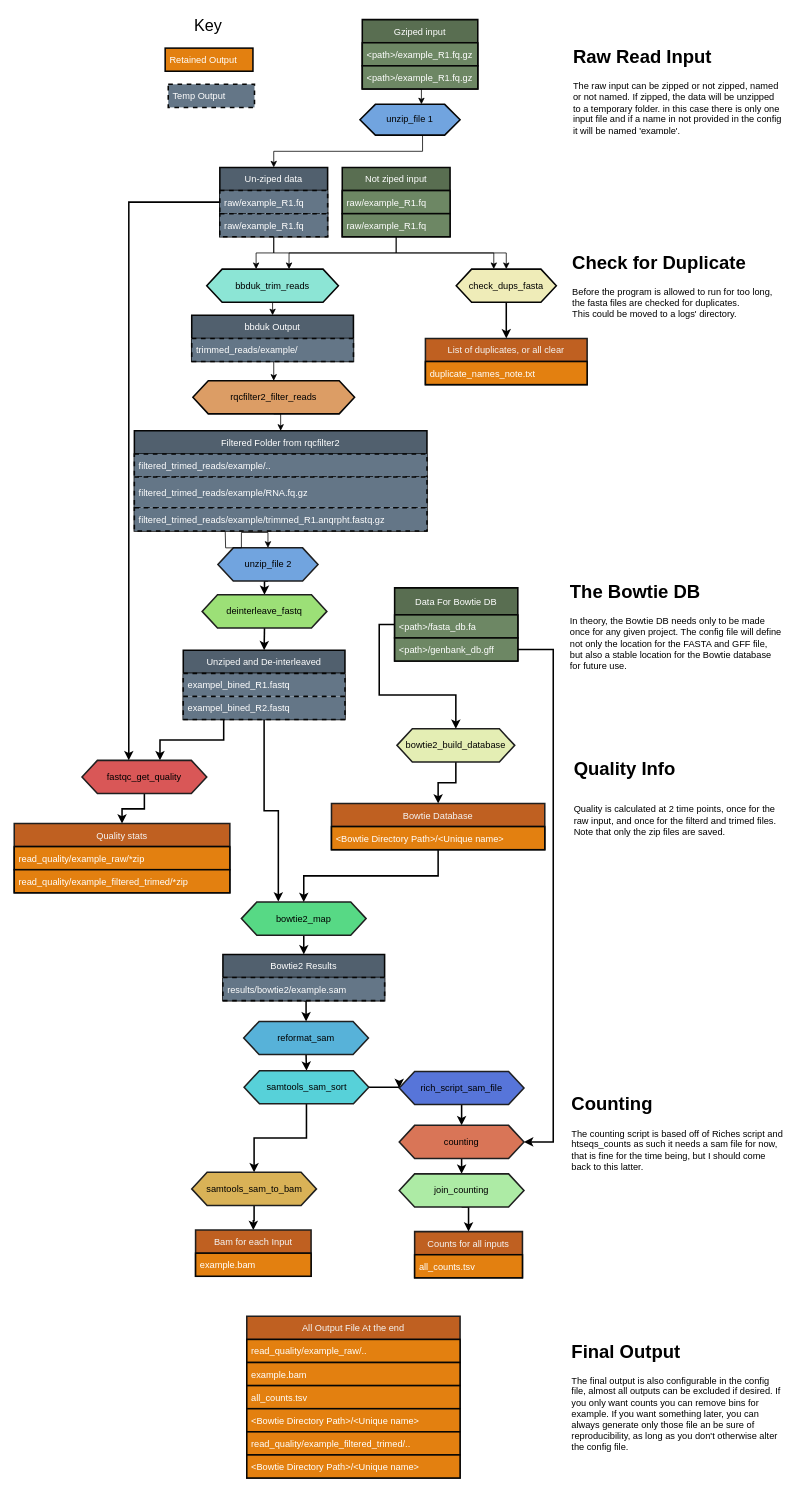
rmFlynn/ReadTheDocs_setup keeps this draw.io diagram as docs/workflow.drawio. Above is the earlier version. Source tidied: cells renumbered, new cells numbered last; positions are measured from the earlier drawing's top-left corner, leaving out a move shared by most shapes. Both pictures are drawn from the tidied source at 77%, with x=0, y=0 at pixel (14, 13).
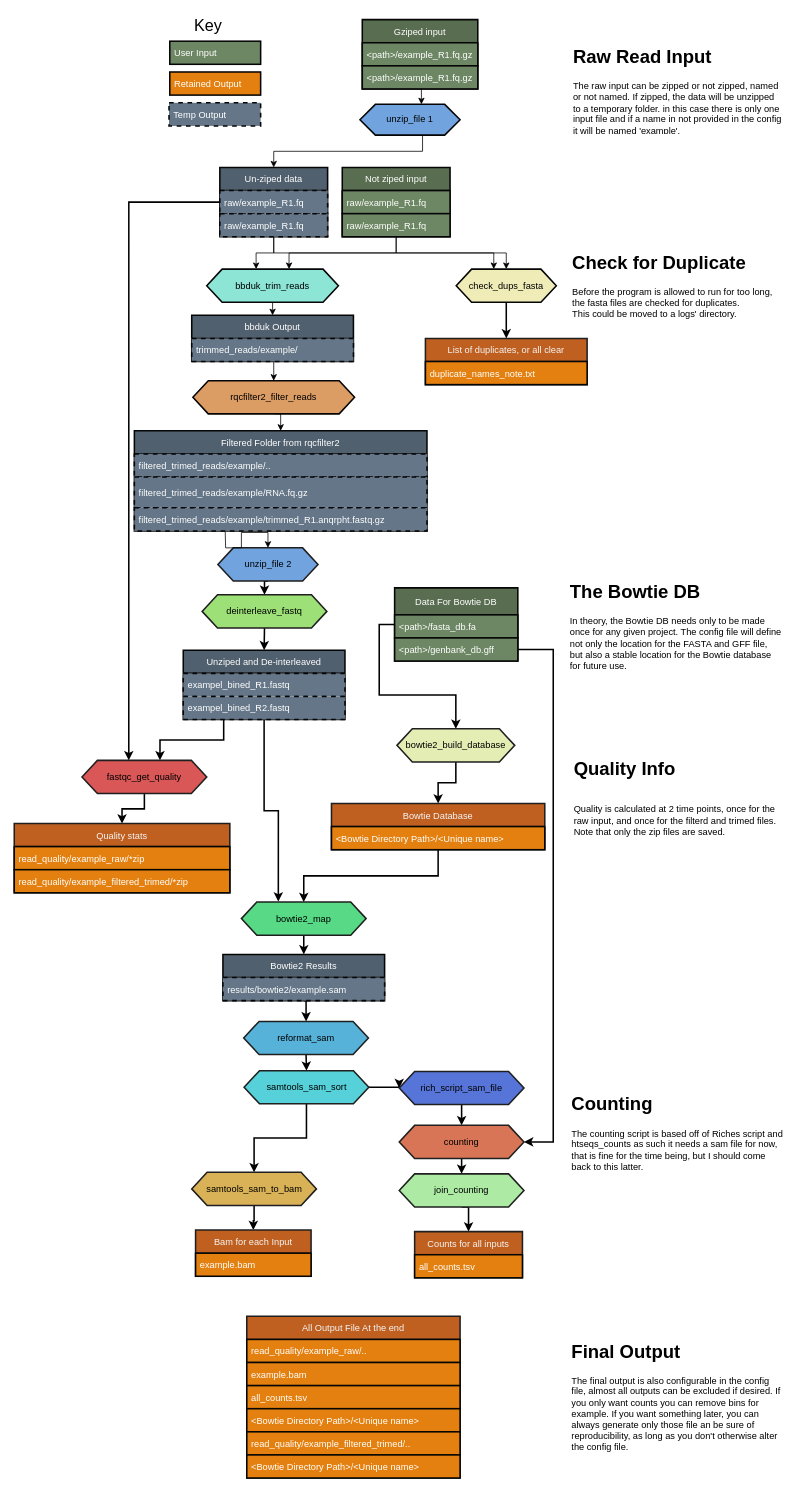
The same diagram, later.

What changed in the source:
```diff
@@
     <mxCell id="27" value="Temp Output" style="text;strokeColor=#050505;fillColor=#647687;align=left;verticalAlign=middle;spacingLeft=4;spacingRight=4;overflow=hidden;fontColor=#ffffff;strokeWidth=2;dashed=1;" parent="1" vertex="1">
-      <mxGeometry x="200" y="92" width="112" height="30" as="geometry" />
+      <mxGeometry x="201" y="116" width="119" height="30" as="geometry" />
     </mxCell>
@@
     <mxCell id="96" value="Retained Output" style="text;strokeColor=#050505;fillColor=#E38010;align=left;verticalAlign=middle;spacingLeft=4;spacingRight=4;overflow=hidden;fontColor=#FFFFFF;strokeWidth=2;" parent="1" vertex="1">
-      <mxGeometry x="196" y="45" width="114" height="30" as="geometry" />
+      <mxGeometry x="202" y="76" width="118" height="30" as="geometry" />
     </mxCell>
@@
+    <mxCell id="98" value="User Input" style="text;strokeColor=#050505;fillColor=#6d8764;align=left;verticalAlign=middle;spacingLeft=4;spacingRight=4;overflow=hidden;fontColor=#ffffff;strokeWidth=2;" parent="1" vertex="1">
+      <mxGeometry x="202" y="36" width="118" height="30" as="geometry" />
+    </mxCell>
```
